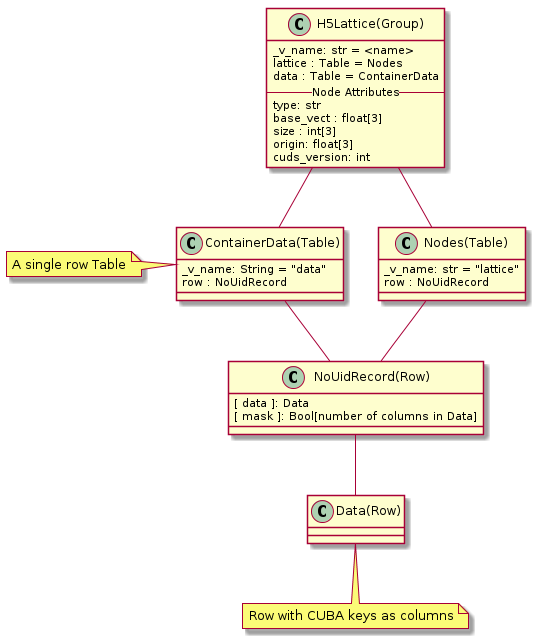
Earlier version of the PlantUML export doc/source/images/h5lattice.png (simphony/simphony-common).
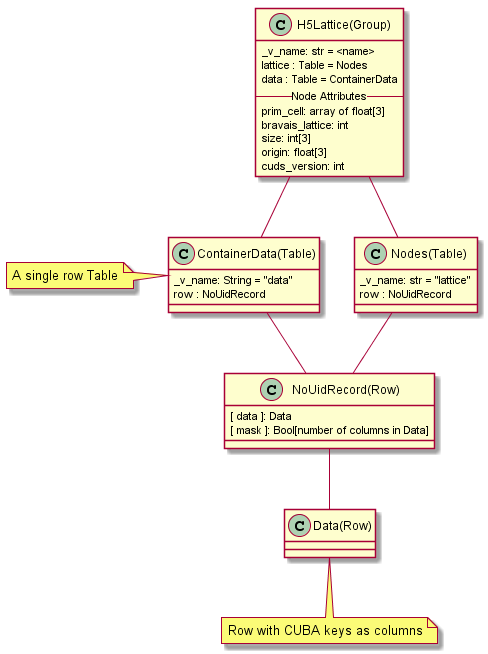
The same diagram one commit later.

What changed in the source:
```diff
@@ -16,9 +16,9 @@
   lattice : Table = Nodes
   data : Table = ContainerData
   -- Node Attributes --
-  type: str
-  base_vect : float[3]
-  size : int[3]
+  prim_cell: array of float[3]
+  bravais_lattice: int
+  size: int[3]
   origin: float[3]
   cuds_version: int
 }
```
